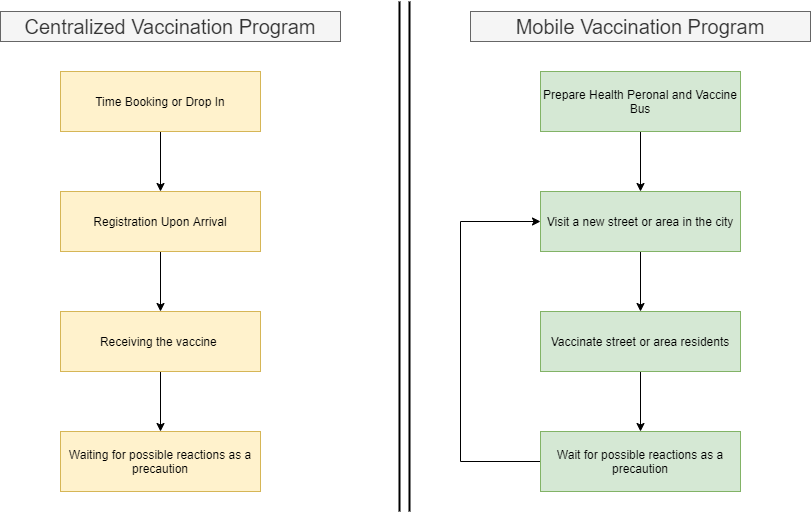
MohammedGuniem/Simulation-of-Mobile-Versus-Centralized-Vaccination-Programs-using-GenSIM keeps this draw.io diagram as Proposal & Preplaning/centralized_vs_mobile_vaccination_workflow_diagram.png. Above is the earlier version. Source tidied: cells renumbered, new cells last; positions are measured from the earlier drawing's top-left corner, leaving out a move shared by most shapes. The source it was exported from:
```xml
<mxGraphModel>
  <root>
    <mxCell id="0" />
    <mxCell id="1" parent="0" />
    <mxCell id="2" style="edgeStyle=orthogonalEdgeStyle;rounded=0;jettySize=auto;html=1;exitX=0.5;exitY=1;exitDx=0;exitDy=0;" parent="1" edge="1" source="3" target="5">
      <mxGeometry relative="1" as="geometry" />
    </mxCell>
    <mxCell id="3" value="Time Booking or Drop In" style="rounded=0;whiteSpace=wrap;html=1;fillColor=#fff2cc;strokeColor=#d6b656;" parent="1" vertex="1">
      <mxGeometry x="60" y="70" width="200" height="60" as="geometry" />
    </mxCell>
    <mxCell id="4" style="edgeStyle=orthogonalEdgeStyle;rounded=0;jettySize=auto;html=1;" parent="1" edge="1" source="5" target="7">
      <mxGeometry relative="1" as="geometry" />
    </mxCell>
    <mxCell id="5" value="Registration Upon Arrival" style="rounded=0;whiteSpace=wrap;html=1;fillColor=#fff2cc;strokeColor=#d6b656;" parent="1" vertex="1">
      <mxGeometry x="60" y="190" width="200" height="60" as="geometry" />
    </mxCell>
    <mxCell id="6" style="edgeStyle=orthogonalEdgeStyle;rounded=0;jettySize=auto;html=1;" parent="1" edge="1" source="7" target="8">
      <mxGeometry relative="1" as="geometry" />
    </mxCell>
    <mxCell id="7" value="Receiving the vaccine&amp;nbsp;" style="rounded=0;whiteSpace=wrap;html=1;fillColor=#fff2cc;strokeColor=#d6b656;" parent="1" vertex="1">
      <mxGeometry x="60" y="310" width="200" height="60" as="geometry" />
    </mxCell>
    <mxCell id="8" value="Waiting for possible reactions as a precaution" style="rounded=0;whiteSpace=wrap;html=1;fillColor=#fff2cc;strokeColor=#d6b656;" parent="1" vertex="1">
      <mxGeometry x="60" y="430" width="200" height="60" as="geometry" />
    </mxCell>
    <mxCell id="9" style="edgeStyle=orthogonalEdgeStyle;rounded=0;jettySize=auto;html=1;entryX=0.5;entryY=0;entryDx=0;entryDy=0;" parent="1" edge="1" source="10" target="12">
      <mxGeometry relative="1" as="geometry" />
    </mxCell>
    <mxCell id="10" value="Prepare Health Peronal and Vaccine Bus" style="rounded=0;whiteSpace=wrap;html=1;fillColor=#d5e8d4;strokeColor=#82b366;" parent="1" vertex="1">
      <mxGeometry x="540" y="70" width="200" height="60" as="geometry" />
    </mxCell>
    <mxCell id="11" style="edgeStyle=orthogonalEdgeStyle;rounded=0;jettySize=auto;html=1;entryX=0.5;entryY=0;entryDx=0;entryDy=0;" parent="1" edge="1" source="12" target="14">
      <mxGeometry relative="1" as="geometry" />
    </mxCell>
    <mxCell id="12" value="Visit a new street or area in the city" style="rounded=0;whiteSpace=wrap;html=1;fillColor=#d5e8d4;strokeColor=#82b366;" parent="1" vertex="1">
      <mxGeometry x="540" y="190" width="200" height="60" as="geometry" />
    </mxCell>
    <mxCell id="13" style="edgeStyle=orthogonalEdgeStyle;rounded=0;jettySize=auto;html=1;" parent="1" edge="1" source="14" target="16">
      <mxGeometry relative="1" as="geometry" />
    </mxCell>
    <mxCell id="14" value="Vaccinate street or area residents" style="rounded=0;whiteSpace=wrap;html=1;fillColor=#d5e8d4;strokeColor=#82b366;" parent="1" vertex="1">
      <mxGeometry x="540" y="310" width="200" height="60" as="geometry" />
    </mxCell>
    <mxCell id="15" style="edgeStyle=orthogonalEdgeStyle;rounded=0;jettySize=auto;html=1;entryX=0;entryY=0.5;entryDx=0;entryDy=0;" parent="1" edge="1" source="16" target="12">
      <mxGeometry relative="1" as="geometry">
        <Array as="points">
          <mxPoint x="460" y="460" />
          <mxPoint x="460" y="220" />
        </Array>
      </mxGeometry>
    </mxCell>
    <mxCell id="16" value="Wait for possible reactions as a precaution" style="rounded=0;whiteSpace=wrap;html=1;fillColor=#d5e8d4;strokeColor=#82b366;" parent="1" vertex="1">
      <mxGeometry x="540" y="430" width="200" height="60" as="geometry" />
    </mxCell>
    <mxCell id="17" value="&lt;font style=&quot;font-size: 20px&quot;&gt;Centralized Vaccination Program&lt;/font&gt;" style="text;html=1;strokeColor=#666666;fillColor=#f5f5f5;align=center;verticalAlign=middle;whiteSpace=wrap;rounded=0;fontColor=#333333;" parent="1" vertex="1">
      <mxGeometry y="10" width="340" height="30" as="geometry" />
    </mxCell>
    <mxCell id="18" value="&lt;font style=&quot;font-size: 20px&quot;&gt;Mobile Vaccination Program&lt;/font&gt;" style="text;html=1;strokeColor=#666666;fillColor=#f5f5f5;align=center;verticalAlign=middle;whiteSpace=wrap;rounded=0;fontColor=#333333;" parent="1" vertex="1">
      <mxGeometry x="470" y="10" width="340" height="30" as="geometry" />
    </mxCell>
    <mxCell id="19" style="line;strokeWidth=2;direction=south;html=1;fontSize=20;" parent="1" vertex="1">
      <mxGeometry x="394" width="10" height="510" as="geometry" />
    </mxCell>
    <mxCell id="20" style="line;strokeWidth=2;direction=south;html=1;fontSize=20;" parent="1" vertex="1">
      <mxGeometry x="404" width="10" height="510" as="geometry" />
    </mxCell>
  </root>
</mxGraphModel>
```
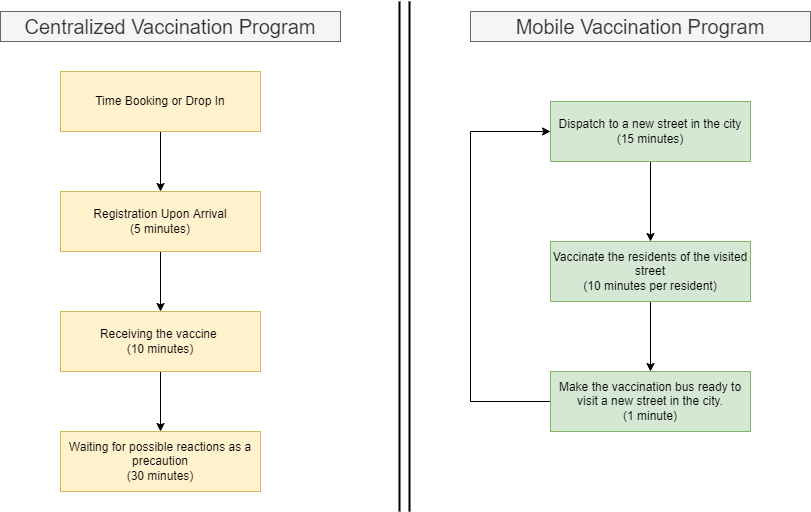
Later version of the same file.

Commit message:
edited the process steps on centralized vs mobile vaccination.

Diff of the diagram source:
```diff
@@ -11,46 +11,40 @@
     <mxCell id="4" style="edgeStyle=orthogonalEdgeStyle;rounded=0;jettySize=auto;html=1;" parent="1" edge="1" source="5" target="7">
       <mxGeometry relative="1" as="geometry" />
     </mxCell>
-    <mxCell id="5" value="Registration Upon Arrival" style="rounded=0;whiteSpace=wrap;html=1;fillColor=#fff2cc;strokeColor=#d6b656;" parent="1" vertex="1">
+    <mxCell id="5" value="Registration Upon Arrival&lt;br&gt;(5 minutes)" style="rounded=0;whiteSpace=wrap;html=1;fillColor=#fff2cc;strokeColor=#d6b656;" parent="1" vertex="1">
       <mxGeometry x="60" y="190" width="200" height="60" as="geometry" />
     </mxCell>
     <mxCell id="6" style="edgeStyle=orthogonalEdgeStyle;rounded=0;jettySize=auto;html=1;" parent="1" edge="1" source="7" target="8">
       <mxGeometry relative="1" as="geometry" />
     </mxCell>
-    <mxCell id="7" value="Receiving the vaccine&amp;nbsp;" style="rounded=0;whiteSpace=wrap;html=1;fillColor=#fff2cc;strokeColor=#d6b656;" parent="1" vertex="1">
+    <mxCell id="7" value="Receiving the vaccine&amp;nbsp;&lt;br&gt;(10 minutes)" style="rounded=0;whiteSpace=wrap;html=1;fillColor=#fff2cc;strokeColor=#d6b656;" parent="1" vertex="1">
       <mxGeometry x="60" y="310" width="200" height="60" as="geometry" />
     </mxCell>
-    <mxCell id="8" value="Waiting for possible reactions as a precaution" style="rounded=0;whiteSpace=wrap;html=1;fillColor=#fff2cc;strokeColor=#d6b656;" parent="1" vertex="1">
+    <mxCell id="8" value="Waiting for possible reactions as a precaution&lt;br&gt;(30 minutes)" style="rounded=0;whiteSpace=wrap;html=1;fillColor=#fff2cc;strokeColor=#d6b656;" parent="1" vertex="1">
       <mxGeometry x="60" y="430" width="200" height="60" as="geometry" />
     </mxCell>
-    <mxCell id="9" style="edgeStyle=orthogonalEdgeStyle;rounded=0;jettySize=auto;html=1;entryX=0.5;entryY=0;entryDx=0;entryDy=0;" parent="1" edge="1" source="10" target="12">
-      <mxGeometry relative="1" as="geometry" />
-    </mxCell>
-    <mxCell id="10" value="Prepare Health Peronal and Vaccine Bus" style="rounded=0;whiteSpace=wrap;html=1;fillColor=#d5e8d4;strokeColor=#82b366;" parent="1" vertex="1">
-      <mxGeometry x="540" y="70" width="200" height="60" as="geometry" />
-    </mxCell>
     <mxCell id="11" style="edgeStyle=orthogonalEdgeStyle;rounded=0;jettySize=auto;html=1;entryX=0.5;entryY=0;entryDx=0;entryDy=0;" parent="1" edge="1" source="12" target="14">
       <mxGeometry relative="1" as="geometry" />
     </mxCell>
-    <mxCell id="12" value="Visit a new street or area in the city" style="rounded=0;whiteSpace=wrap;html=1;fillColor=#d5e8d4;strokeColor=#82b366;" parent="1" vertex="1">
-      <mxGeometry x="540" y="190" width="200" height="60" as="geometry" />
+    <mxCell id="12" value="Dispatch to a new street in the city&lt;br&gt;(15 minutes)" style="rounded=0;whiteSpace=wrap;html=1;fillColor=#d5e8d4;strokeColor=#82b366;" parent="1" vertex="1">
+      <mxGeometry x="550" y="100" width="200" height="60" as="geometry" />
     </mxCell>
     <mxCell id="13" style="edgeStyle=orthogonalEdgeStyle;rounded=0;jettySize=auto;html=1;" parent="1" edge="1" source="14" target="16">
       <mxGeometry relative="1" as="geometry" />
     </mxCell>
-    <mxCell id="14" value="Vaccinate street or area residents" style="rounded=0;whiteSpace=wrap;html=1;fillColor=#d5e8d4;strokeColor=#82b366;" parent="1" vertex="1">
-      <mxGeometry x="540" y="310" width="200" height="60" as="geometry" />
+    <mxCell id="14" value="Vaccinate the residents of the visited street&lt;br&gt;(10 minutes per resident)" style="rounded=0;whiteSpace=wrap;html=1;fillColor=#d5e8d4;strokeColor=#82b366;" parent="1" vertex="1">
+      <mxGeometry x="550" y="240" width="200" height="60" as="geometry" />
     </mxCell>
     <mxCell id="15" style="edgeStyle=orthogonalEdgeStyle;rounded=0;jettySize=auto;html=1;entryX=0;entryY=0.5;entryDx=0;entryDy=0;" parent="1" edge="1" source="16" target="12">
       <mxGeometry relative="1" as="geometry">
         <Array as="points">
-          <mxPoint x="460" y="460" />
-          <mxPoint x="460" y="220" />
+          <mxPoint x="470" y="400" />
+          <mxPoint x="470" y="130" />
         </Array>
       </mxGeometry>
     </mxCell>
-    <mxCell id="16" value="Wait for possible reactions as a precaution" style="rounded=0;whiteSpace=wrap;html=1;fillColor=#d5e8d4;strokeColor=#82b366;" parent="1" vertex="1">
-      <mxGeometry x="540" y="430" width="200" height="60" as="geometry" />
+    <mxCell id="16" value="Make the vaccination bus ready to visit a new street in the city.&lt;br&gt;(1 minute)" style="rounded=0;whiteSpace=wrap;html=1;fillColor=#d5e8d4;strokeColor=#82b366;" parent="1" vertex="1">
+      <mxGeometry x="550" y="370" width="200" height="60" as="geometry" />
     </mxCell>
     <mxCell id="17" value="&lt;font style=&quot;font-size: 20px&quot;&gt;Centralized Vaccination Program&lt;/font&gt;" style="text;html=1;strokeColor=#666666;fillColor=#f5f5f5;align=center;verticalAlign=middle;whiteSpace=wrap;rounded=0;fontColor=#333333;" parent="1" vertex="1">
       <mxGeometry y="10" width="340" height="30" as="geometry" />
```
